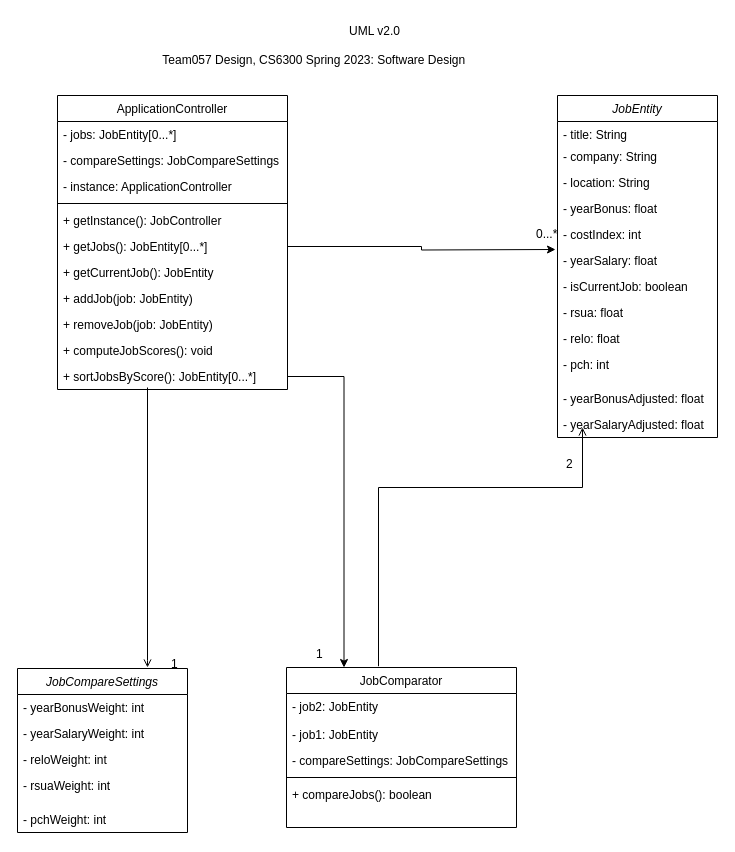
This is GroupProject/Design-Team/app_design.drawio from cheny-414/JobCompareApp, a draw.io file, before an edit. Source tidied: cells renumbered, new cells numbered last; positions are measured from the earlier drawing's top-left corner, leaving out a move shared by most shapes. Both pictures are drawn from the tidied source at 100%, with x=0, y=0 at pixel (17, 17).
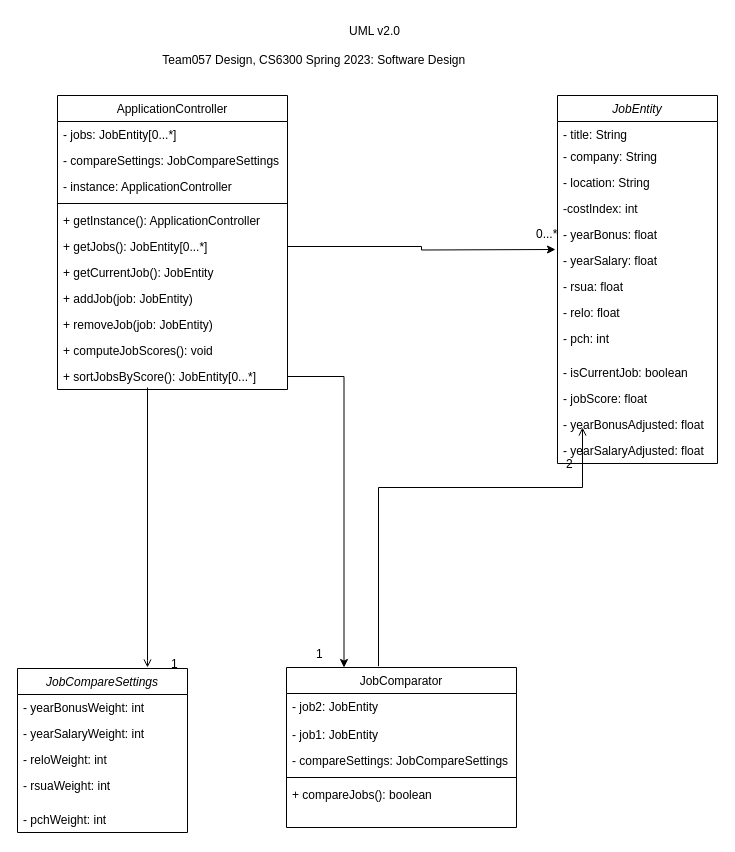
Above is the later version.

Unchanged cells that the change refers to:
```xml
<mxCell id="16" value="ApplicationController" style="swimlane;fontStyle=0;align=center;verticalAlign=top;horizontal=1;startSize=26;rounded=0;shadow=0;strokeWidth=1;" parent="1" vertex="1">
  <mxGeometry x="40" y="78" width="230" height="294" as="geometry" />
</mxCell>
```

Change to the diagram source:
```diff
@@
     <mxCell id="2" value="JobEntity" style="swimlane;fontStyle=2;align=center;verticalAlign=top;horizontal=1;startSize=26;rounded=0;shadow=0;strokeWidth=1;" parent="1" vertex="1">
-      <mxGeometry x="540" y="78" width="160" height="342" as="geometry" />
+      <mxGeometry x="540" y="78" width="160" height="368" as="geometry" />
     </mxCell>
@@
+    <mxCell id="53" value="-costIndex: int" style="text;align=left;verticalAlign=top;spacingLeft=4;spacingRight=4;overflow=hidden;" parent="2" vertex="1">
+      <mxGeometry y="100" width="160" height="26" as="geometry" />
+    </mxCell>
     <mxCell id="6" value="- yearBonus: float" style="text;align=left;verticalAlign=top;spacingLeft=4;spacingRight=4;overflow=hidden;" parent="2" vertex="1">
-      <mxGeometry y="100" width="160" height="26" as="geometry" />
+      <mxGeometry y="126" width="160" height="26" as="geometry" />
     </mxCell>
-    <mxCell id="7" value="- costIndex: int" style="text;align=left;verticalAlign=top;spacingLeft=4;spacingRight=4;overflow=hidden;" parent="2" vertex="1">
-      <mxGeometry y="126" width="160" height="26" as="geometry" />
-    </mxCell>
@@
-    <mxCell id="9" value="- isCurrentJob: boolean" style="text;align=left;verticalAlign=top;spacingLeft=4;spacingRight=4;overflow=hidden;" parent="2" vertex="1">
-      <mxGeometry y="178" width="160" height="26" as="geometry" />
-    </mxCell>
     <mxCell id="10" value="- rsua: float" style="text;align=left;verticalAlign=top;spacingLeft=4;spacingRight=4;overflow=hidden;" parent="2" vertex="1">
-      <mxGeometry y="204" width="160" height="26" as="geometry" />
+      <mxGeometry y="178" width="160" height="26" as="geometry" />
     </mxCell>
     <mxCell id="11" value="- relo: float" style="text;align=left;verticalAlign=top;spacingLeft=4;spacingRight=4;overflow=hidden;" parent="2" vertex="1">
-      <mxGeometry y="230" width="160" height="26" as="geometry" />
+      <mxGeometry y="204" width="160" height="26" as="geometry" />
     </mxCell>
     <mxCell id="12" style="line;html=1;strokeWidth=1;align=left;verticalAlign=middle;spacingTop=-1;spacingLeft=3;spacingRight=3;labelPosition=right;" parent="2" vertex="1">
-      <mxGeometry y="256" width="160" as="geometry" />
+      <mxGeometry y="230" width="160" as="geometry" />
     </mxCell>
     <mxCell id="13" value="- pch: int" style="text;align=left;verticalAlign=top;spacingLeft=4;spacingRight=4;overflow=hidden;rounded=0;shadow=0;html=0;" parent="2" vertex="1">
-      <mxGeometry y="256" width="160" height="34" as="geometry" />
+      <mxGeometry y="230" width="160" height="34" as="geometry" />
     </mxCell>
+    <mxCell id="9" value="- isCurrentJob: boolean" style="text;align=left;verticalAlign=top;spacingLeft=4;spacingRight=4;overflow=hidden;" parent="2" vertex="1">
+      <mxGeometry y="264" width="160" height="26" as="geometry" />
+    </mxCell>
+    <mxCell id="54" value="- jobScore: float" style="text;align=left;verticalAlign=top;spacingLeft=4;spacingRight=4;overflow=hidden;" parent="2" vertex="1">
+      <mxGeometry y="290" width="160" height="26" as="geometry" />
+    </mxCell>
     <mxCell id="14" value="- yearBonusAdjusted: float" style="text;align=left;verticalAlign=top;spacingLeft=4;spacingRight=4;overflow=hidden;" parent="2" vertex="1">
-      <mxGeometry y="290" width="160" height="26" as="geometry" />
+      <mxGeometry y="316" width="160" height="26" as="geometry" />
     </mxCell>
     <mxCell id="15" value="- yearSalaryAdjusted: float" style="text;align=left;verticalAlign=top;spacingLeft=4;spacingRight=4;overflow=hidden;" parent="2" vertex="1">
-      <mxGeometry y="316" width="160" height="26" as="geometry" />
+      <mxGeometry y="342" width="160" height="26" as="geometry" />
     </mxCell>
@@
-    <mxCell id="21" value="+ getInstance(): JobController" style="text;align=left;verticalAlign=top;spacingLeft=4;spacingRight=4;overflow=hidden;" parent="16" vertex="1">
+    <mxCell id="21" value="+ getInstance(): ApplicationController" style="text;align=left;verticalAlign=top;spacingLeft=4;spacingRight=4;overflow=hidden;" parent="16" vertex="1">
       <mxGeometry y="112" width="230" height="26" as="geometry" />
     </mxCell>
```
